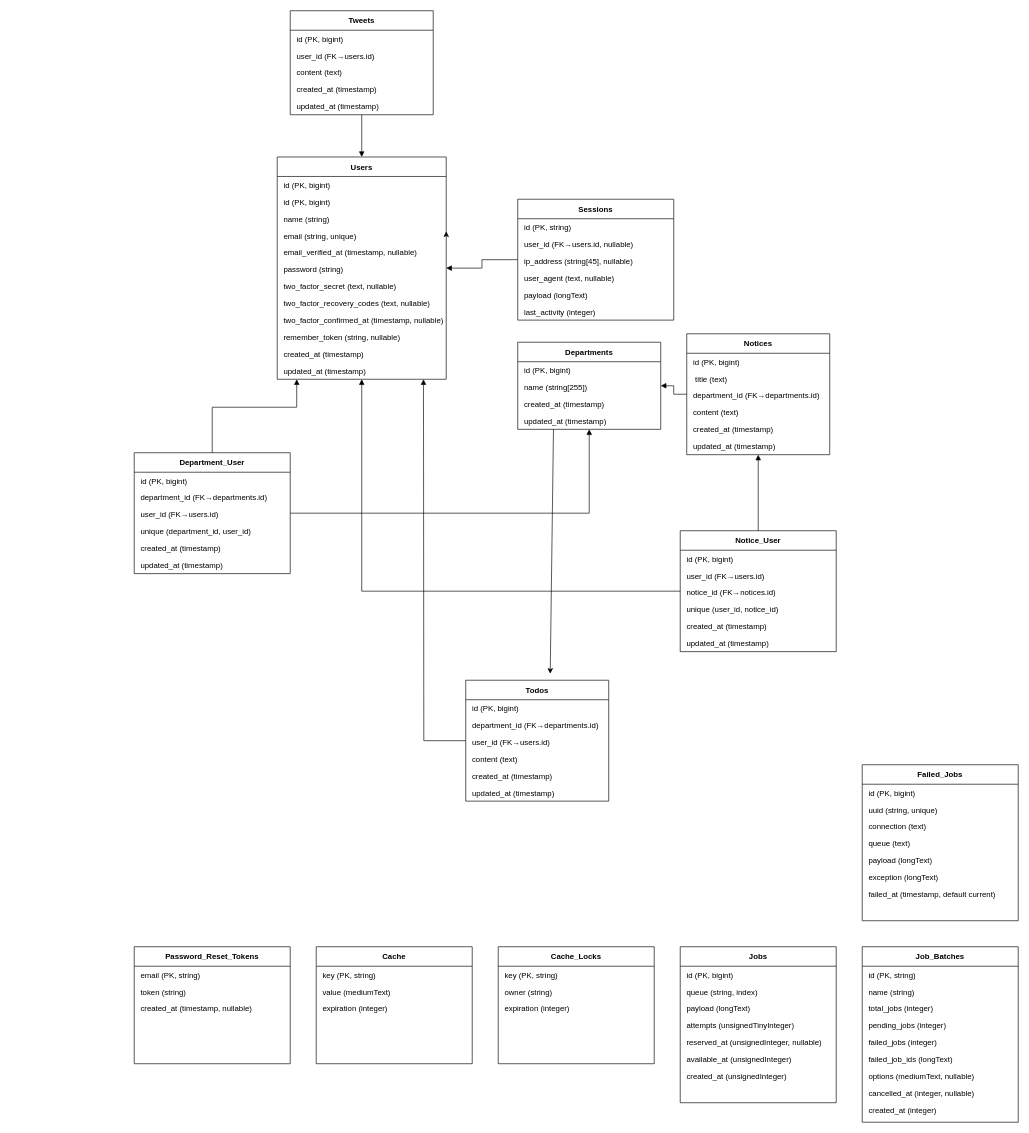
Above: ER.drawio in kinotake/laravel12_templete-React- (draw.io), before the change. Source tidied: cells renumbered, new cells numbered last; positions are measured from the earlier drawing's top-left corner, leaving out a move shared by most shapes. Both pictures are drawn from the tidied source at 65%, with x=0, y=0 at pixel (134, 10).
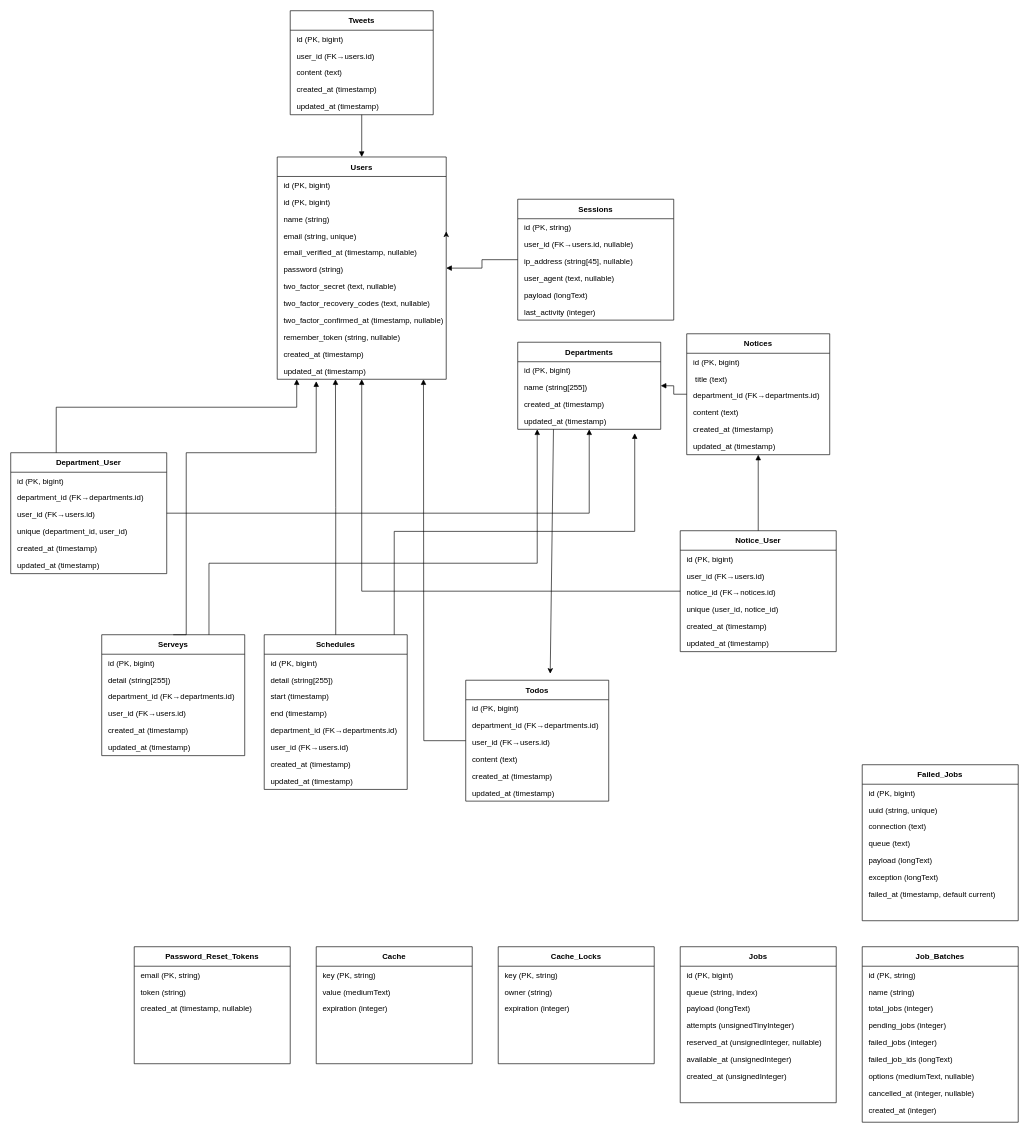
Above is the later version.

The change refers to these unchanged cells:
```xml
<mxCell id="14" value="updated_at (timestamp)" style="text;strokeColor=none;fillColor=none;align=left;verticalAlign=middle;spacingLeft=8;fontSize=12;" parent="2" vertex="1">
  <mxGeometry y="316" width="260" height="26" as="geometry" />
</mxCell>
```

Diff of the diagram source:
```diff
@@
     <mxCell id="41" value="Department_User" style="shape=swimlane;fontStyle=1;horizontal=1;startSize=30;rounded=0;shadow=0;" parent="1" vertex="1">
-      <mxGeometry y="680" width="240" height="186" as="geometry" />
+      <mxGeometry x="-190" y="680" width="240" height="186" as="geometry" />
     </mxCell>
@@
     <mxCell id="103" style="edgeStyle=orthogonalEdgeStyle;rounded=0;jettySize=auto;html=1;endArrow=block;endFill=1;" parent="1" edge="1" source="41" target="14">
       <mxGeometry relative="1" as="geometry">
         <Array as="points">
-          <mxPoint x="120" y="610" />
+          <mxPoint x="-120" y="610" />
           <mxPoint x="250" y="610" />
         </Array>
       </mxGeometry>
     </mxCell>
@@
+    <mxCell id="109" value="Schedules" style="shape=swimlane;fontStyle=1;horizontal=1;startSize=30;rounded=0;shadow=0;" parent="1" vertex="1">
+      <mxGeometry x="200" y="960" width="220" height="238" as="geometry" />
+    </mxCell>
+    <mxCell id="110" value="id (PK, bigint)" style="text;strokeColor=none;fillColor=none;align=left;verticalAlign=middle;spacingLeft=8;fontSize=12;" parent="109" vertex="1">
+      <mxGeometry y="30" width="220" height="26" as="geometry" />
+    </mxCell>
+    <mxCell id="111" value="detail (string[255])" style="text;strokeColor=none;fillColor=none;align=left;verticalAlign=middle;spacingLeft=8;fontSize=12;" parent="109" vertex="1">
+      <mxGeometry y="56" width="220" height="26" as="geometry" />
+    </mxCell>
+    <mxCell id="112" value="start (timestamp)" style="text;strokeColor=none;fillColor=none;align=left;verticalAlign=middle;spacingLeft=8;fontSize=12;" parent="109" vertex="1">
+      <mxGeometry y="82" width="220" height="26" as="geometry" />
+    </mxCell>
+    <mxCell id="113" value="end (timestamp)" style="text;strokeColor=none;fillColor=none;align=left;verticalAlign=middle;spacingLeft=8;fontSize=12;" parent="109" vertex="1">
+      <mxGeometry y="108" width="220" height="26" as="geometry" />
+    </mxCell>
+    <mxCell id="114" value="department_id (FK→departments.id)" style="text;strokeColor=none;fillColor=none;align=left;verticalAlign=middle;spacingLeft=8;fontSize=12;" parent="109" vertex="1">
+      <mxGeometry y="134" width="220" height="26" as="geometry" />
+    </mxCell>
+    <mxCell id="115" value="user_id (FK→users.id)" style="text;strokeColor=none;fillColor=none;align=left;verticalAlign=middle;spacingLeft=8;fontSize=12;" parent="109" vertex="1">
+      <mxGeometry y="160" width="220" height="26" as="geometry" />
+    </mxCell>
+    <mxCell id="116" value="created_at (timestamp)" style="text;strokeColor=none;fillColor=none;align=left;verticalAlign=middle;spacingLeft=8;fontSize=12;" parent="109" vertex="1">
+      <mxGeometry y="186" width="220" height="26" as="geometry" />
+    </mxCell>
+    <mxCell id="117" value="updated_at (timestamp)" style="text;strokeColor=none;fillColor=none;align=left;verticalAlign=middle;spacingLeft=8;fontSize=12;" parent="109" vertex="1">
+      <mxGeometry y="212" width="220" height="26" as="geometry" />
+    </mxCell>
+    <mxCell id="118" style="edgeStyle=orthogonalEdgeStyle;rounded=0;orthogonalLoop=1;jettySize=auto;html=1;endArrow=block;endFill=1;" parent="1" edge="1">
+      <mxGeometry relative="1" as="geometry">
+        <mxPoint x="400" y="960" as="sourcePoint" />
+        <mxPoint x="770" y="650" as="targetPoint" />
+        <Array as="points">
+          <mxPoint x="770" y="801" />
+        </Array>
+      </mxGeometry>
+    </mxCell>
+    <mxCell id="119" style="edgeStyle=orthogonalEdgeStyle;rounded=0;jettySize=auto;html=1;endArrow=block;endFill=1;exitX=0.5;exitY=0;exitDx=0;exitDy=0;" parent="1" edge="1" source="109">
+      <mxGeometry relative="1" as="geometry">
+        <mxPoint x="309.6" y="567" as="targetPoint" />
+      </mxGeometry>
+    </mxCell>
+    <mxCell id="120" value="Serveys" style="shape=swimlane;fontStyle=1;horizontal=1;startSize=30;rounded=0;shadow=0;" parent="1" vertex="1">
+      <mxGeometry x="-50" y="960" width="220" height="186" as="geometry" />
+    </mxCell>
+    <mxCell id="121" value="id (PK, bigint)" style="text;strokeColor=none;fillColor=none;align=left;verticalAlign=middle;spacingLeft=8;fontSize=12;" parent="120" vertex="1">
+      <mxGeometry y="30" width="220" height="26" as="geometry" />
+    </mxCell>
+    <mxCell id="122" value="detail (string[255])" style="text;strokeColor=none;fillColor=none;align=left;verticalAlign=middle;spacingLeft=8;fontSize=12;" parent="120" vertex="1">
+      <mxGeometry y="56" width="220" height="26" as="geometry" />
+    </mxCell>
+    <mxCell id="123" value="department_id (FK→departments.id)" style="text;strokeColor=none;fillColor=none;align=left;verticalAlign=middle;spacingLeft=8;fontSize=12;" parent="120" vertex="1">
+      <mxGeometry y="82" width="220" height="26" as="geometry" />
+    </mxCell>
+    <mxCell id="124" value="user_id (FK→users.id)" style="text;strokeColor=none;fillColor=none;align=left;verticalAlign=middle;spacingLeft=8;fontSize=12;" parent="120" vertex="1">
+      <mxGeometry y="108" width="220" height="26" as="geometry" />
+    </mxCell>
+    <mxCell id="125" value="created_at (timestamp)" style="text;strokeColor=none;fillColor=none;align=left;verticalAlign=middle;spacingLeft=8;fontSize=12;" parent="120" vertex="1">
+      <mxGeometry y="134" width="220" height="26" as="geometry" />
+    </mxCell>
+    <mxCell id="126" value="updated_at (timestamp)" style="text;strokeColor=none;fillColor=none;align=left;verticalAlign=middle;spacingLeft=8;fontSize=12;" parent="120" vertex="1">
+      <mxGeometry y="160" width="220" height="26" as="geometry" />
+    </mxCell>
+    <mxCell id="127" style="edgeStyle=orthogonalEdgeStyle;rounded=0;jettySize=auto;html=1;endArrow=block;endFill=1;exitX=0.5;exitY=0;exitDx=0;exitDy=0;" parent="1" edge="1" source="120">
+      <mxGeometry relative="1" as="geometry">
+        <mxPoint x="280" y="570" as="targetPoint" />
+        <Array as="points">
+          <mxPoint x="80" y="960" />
+          <mxPoint x="80" y="680" />
+          <mxPoint x="280" y="680" />
+        </Array>
+      </mxGeometry>
+    </mxCell>
+    <mxCell id="128" style="edgeStyle=orthogonalEdgeStyle;rounded=0;jettySize=auto;html=1;endArrow=block;endFill=1;exitX=0.75;exitY=0;exitDx=0;exitDy=0;" parent="1" edge="1" source="120">
+      <mxGeometry relative="1" as="geometry">
+        <mxPoint x="620" y="644" as="targetPoint" />
+        <Array as="points">
+          <mxPoint x="115" y="850" />
+          <mxPoint x="620" y="850" />
+        </Array>
+      </mxGeometry>
+    </mxCell>
```
